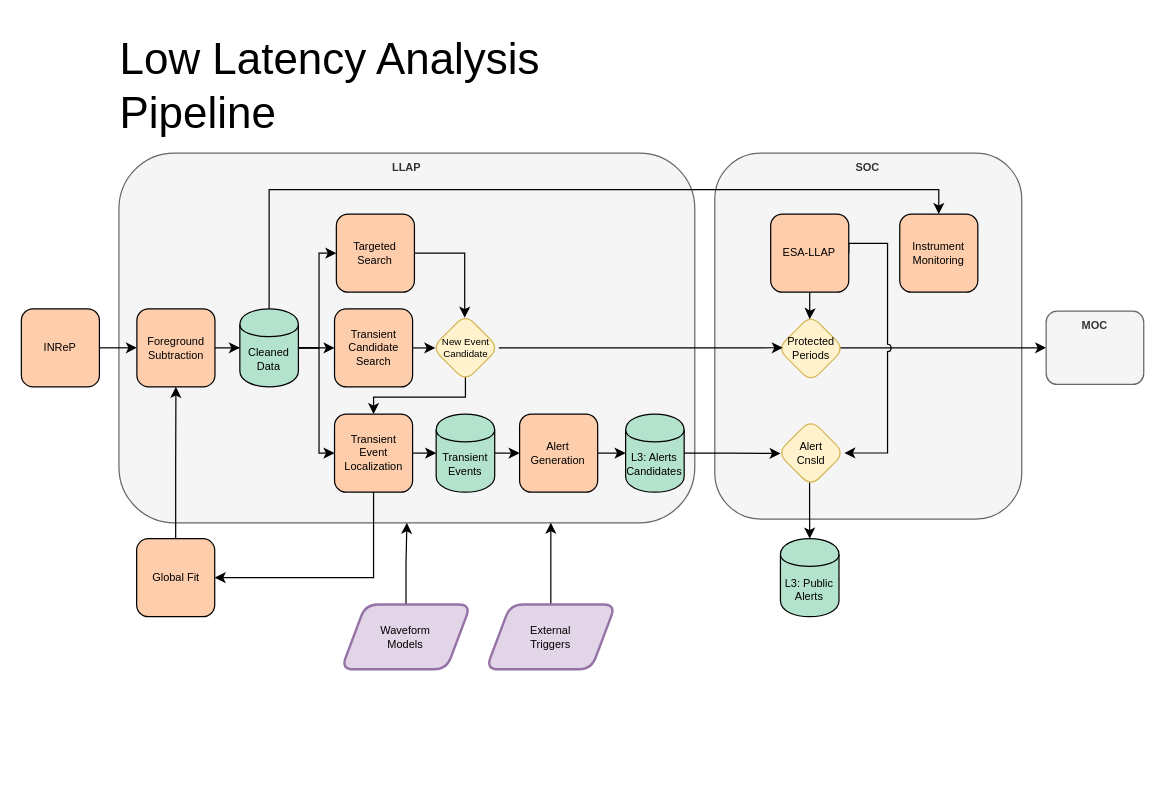
tlittenberg/ldasoft keeps this draw.io diagram as page "LLAP (simplified)" (5 of 5) of LISADataFlow.drawio. Above is the earlier version. Source tidied: cells renumbered, new cells numbered last; positions are measured from the earlier drawing's top-left corner, leaving out a move shared by most shapes. Both pictures are drawn from the tidied source at 122%, with x=0, y=0 at pixel (21, 67).
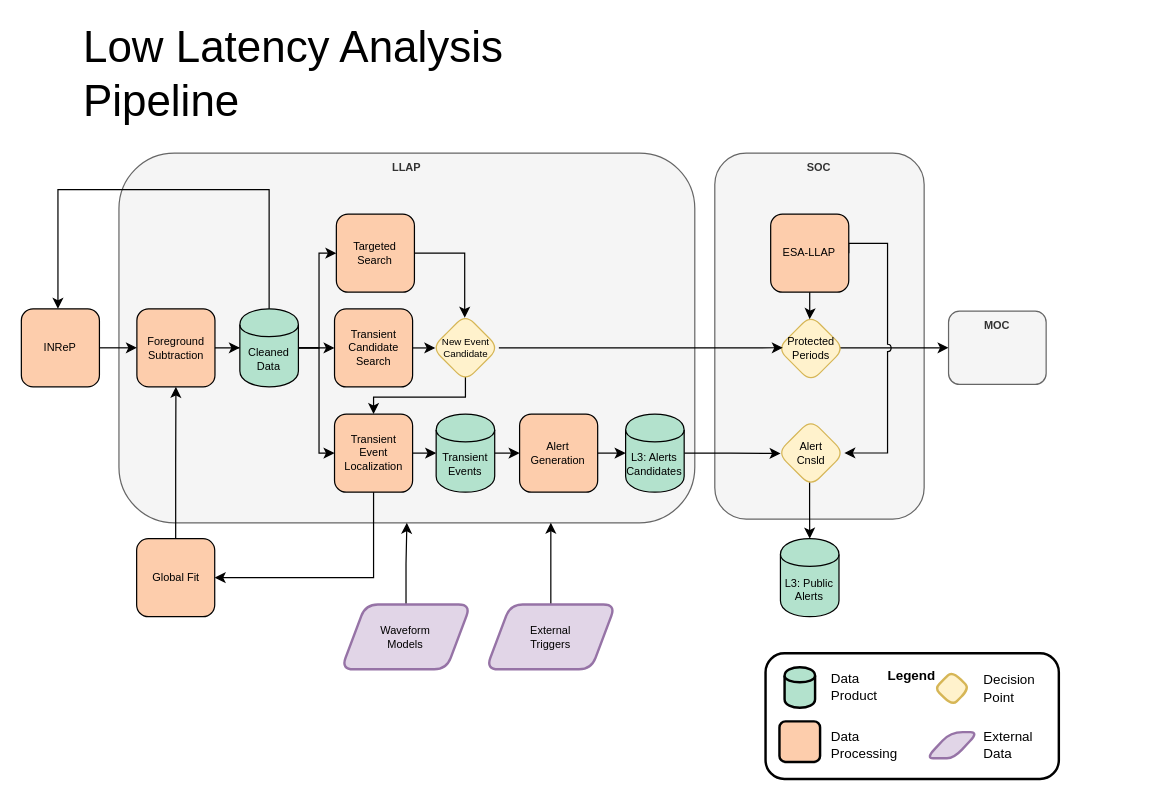
The same diagram, later.

Unchanged cells that the change refers to:
```xml
<mxCell id="4" value="INReP" style="whiteSpace=wrap;html=1;fillColor=#fdcdac;strokeWidth=1;rounded=1;fontSize=9;" parent="1" vertex="1">
  <mxGeometry y="197.6" width="64" height="64" as="geometry" />
</mxCell>
<mxCell id="6" value="Cleaned Data" style="shape=cylinder;whiteSpace=wrap;html=1;boundedLbl=1;backgroundOutline=1;fillColor=#b3e2cd;strokeWidth=1;fontSize=9;" parent="1" vertex="1">
  <mxGeometry x="179.1" y="197.6" width="48" height="64" as="geometry" />
</mxCell>
```

Change to the diagram source:
```diff
@@
     <mxCell id="3" value="SOC" style="rounded=1;whiteSpace=wrap;html=1;fillColor=#f5f5f5;strokeColor=#666666;fontColor=#333333;verticalAlign=top;fontSize=9;fontStyle=1;strokeWidth=1;" parent="1" vertex="1">
-      <mxGeometry x="568.4" y="70" width="251.6" height="300" as="geometry" />
+      <mxGeometry x="568.4" y="70" width="171.6" height="300" as="geometry" />
     </mxCell>
@@
-    <mxCell id="36" value="Instrument Monitoring" style="whiteSpace=wrap;html=1;fillColor=#fdcdac;strokeWidth=1;rounded=1;fontSize=9;" parent="1" vertex="1">
-      <mxGeometry x="720" y="120" width="64" height="64" as="geometry" />
-    </mxCell>
@@
     <mxCell id="39" value="MOC" style="rounded=1;whiteSpace=wrap;html=1;fillColor=#f5f5f5;strokeColor=#666666;fontColor=#333333;verticalAlign=top;fontSize=9;fontStyle=1;strokeWidth=1;" parent="1" vertex="1">
-      <mxGeometry x="840" y="199.6" width="80" height="60" as="geometry" />
+      <mxGeometry x="760" y="199.6" width="80" height="60" as="geometry" />
     </mxCell>
@@
     <mxCell id="41" value="Low Latency Analysis Pipeline" style="text;html=1;align=left;verticalAlign=middle;whiteSpace=wrap;rounded=0;fontSize=36;" parent="1" vertex="1">
-      <mxGeometry x="79.3" width="472" height="30" as="geometry" />
+      <mxGeometry x="49.3" y="-10" width="472" height="30" as="geometry" />
     </mxCell>
@@
-    <mxCell id="43" style="edgeStyle=orthogonalEdgeStyle;rounded=0;jettySize=auto;html=1;exitX=0.5;exitY=0;exitDx=0;exitDy=0;entryX=0.5;entryY=0;entryDx=0;entryDy=0;" parent="1" edge="1" source="6" target="36">
+    <mxCell id="43" style="edgeStyle=orthogonalEdgeStyle;rounded=0;jettySize=auto;html=1;exitX=0.5;exitY=0;exitDx=0;exitDy=0;" parent="1" edge="1" source="6" target="4">
       <mxGeometry relative="1" as="geometry">
         <Array as="points">
           <mxPoint x="203" y="100" />
-          <mxPoint x="752" y="100" />
+          <mxPoint x="30" y="100" />
         </Array>
       </mxGeometry>
     </mxCell>
@@
+    <mxCell id="46" style="group;fontSize=12;" parent="1" vertex="1">
+      <mxGeometry x="610" y="480" width="254.3" height="103" as="geometry" />
+    </mxCell>
+    <mxCell id="47" value="&lt;font style=&quot;font-size: 11px;&quot;&gt;Legend&lt;/font&gt;" style="rounded=1;whiteSpace=wrap;html=1;verticalAlign=top;fontSize=17;fontStyle=1;strokeWidth=2;" parent="46" vertex="1">
+      <mxGeometry width="240.4" height="103" as="geometry" />
+    </mxCell>
+    <mxCell id="48" style="shape=cylinder;whiteSpace=wrap;html=1;boundedLbl=1;backgroundOutline=1;fillColor=#b3e2cd;strokeWidth=2;fontSize=11;" parent="46" vertex="1">
+      <mxGeometry x="15.6" y="11.4" width="25" height="33.3" as="geometry" />
+    </mxCell>
+    <mxCell id="49" style="shape=parallelogram;perimeter=parallelogramPerimeter;whiteSpace=wrap;html=1;fixedSize=1;rounded=1;fillColor=#e1d5e7;strokeColor=#9673a6;strokeWidth=2;fontSize=11;" parent="46" vertex="1">
+      <mxGeometry x="131.6" y="64.6" width="42.8" height="21.4" as="geometry" />
+    </mxCell>
+    <mxCell id="50" style="whiteSpace=wrap;html=1;fillColor=#fdcdac;strokeWidth=2;rounded=1;fontSize=11;" parent="46" vertex="1">
+      <mxGeometry x="11.4" y="55.8" width="33.3" height="33.3" as="geometry" />
+    </mxCell>
+    <mxCell id="51" style="rhombus;whiteSpace=wrap;html=1;rounded=1;fontSize=11;fillColor=#fff2cc;strokeColor=#d6b656;strokeWidth=2;" parent="46" vertex="1">
+      <mxGeometry x="138.8" y="14.5" width="28.5" height="28.5" as="geometry" />
+    </mxCell>
+    <mxCell id="52" value="Data&amp;nbsp;&lt;div style=&quot;font-size: 11px;&quot;&gt;Product&lt;/div&gt;" style="text;html=1;strokeColor=none;fillColor=none;align=left;verticalAlign=middle;whiteSpace=wrap;rounded=0;fontSize=11;" parent="46" vertex="1">
+      <mxGeometry x="51.5" y="22.4" width="76.8" height="11.5" as="geometry" />
+    </mxCell>
+    <mxCell id="53" value="Data Processing" style="text;html=1;strokeColor=none;fillColor=none;align=left;verticalAlign=middle;whiteSpace=wrap;rounded=0;fontSize=11;" parent="46" vertex="1">
+      <mxGeometry x="51.5" y="68.9" width="76.8" height="11.5" as="geometry" />
+    </mxCell>
+    <mxCell id="54" value="Decision&amp;nbsp;&lt;div style=&quot;font-size: 11px;&quot;&gt;Point&lt;/div&gt;" style="text;html=1;strokeColor=none;fillColor=none;align=left;verticalAlign=middle;whiteSpace=wrap;rounded=0;fontSize=11;" parent="46" vertex="1">
+      <mxGeometry x="177.4" y="23" width="76.8" height="11.5" as="geometry" />
+    </mxCell>
+    <mxCell id="55" value="External&amp;nbsp;&lt;div style=&quot;font-size: 11px;&quot;&gt;Data&lt;/div&gt;" style="text;html=1;strokeColor=none;fillColor=none;align=left;verticalAlign=middle;whiteSpace=wrap;rounded=0;fontSize=11;" parent="46" vertex="1">
+      <mxGeometry x="177.4" y="69.6" width="76.8" height="11.5" as="geometry" />
+    </mxCell>
```
